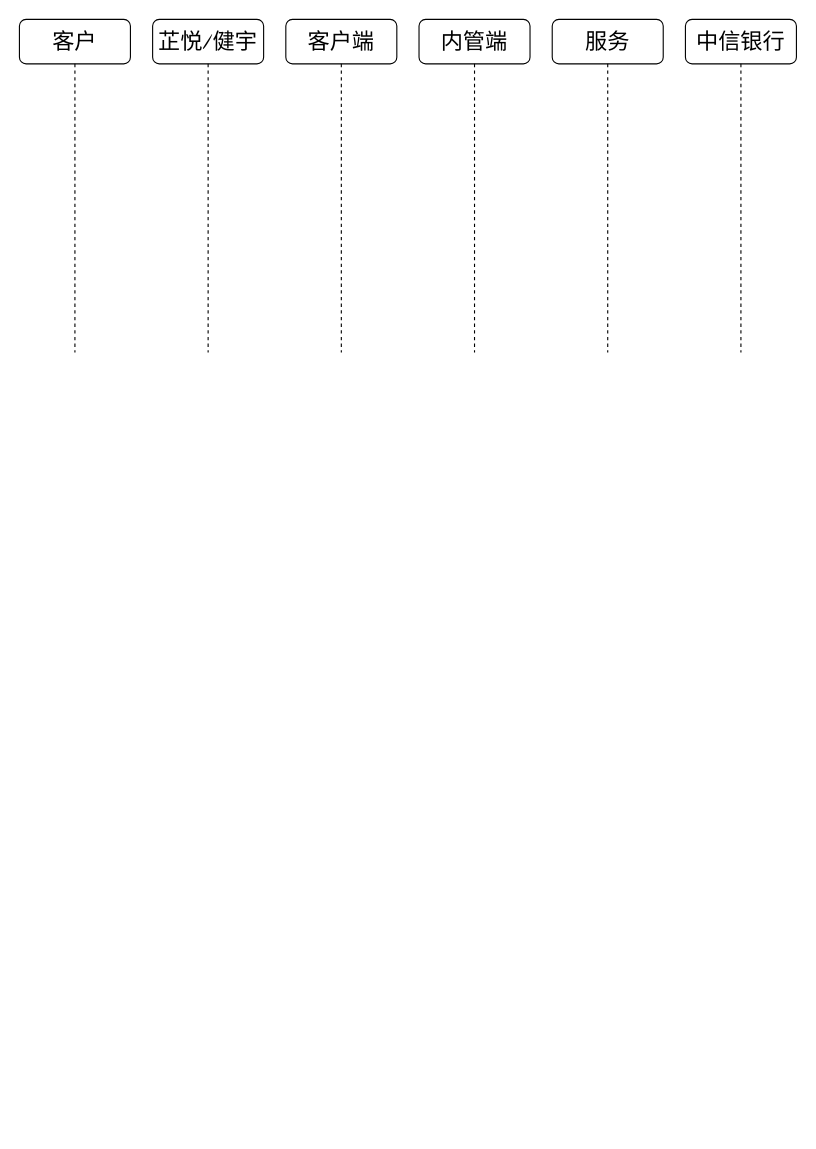
This is LLSI/中信银行.drawio from 0573xieguojia/To-program, a draw.io file, before an edit. Source tidied: cells renumbered, new cells numbered last; positions are measured from the earlier drawing's top-left corner, leaving out a move shared by most shapes. Both pictures are drawn from the tidied source at 111%, with x=0, y=0 at pixel (19, 19).
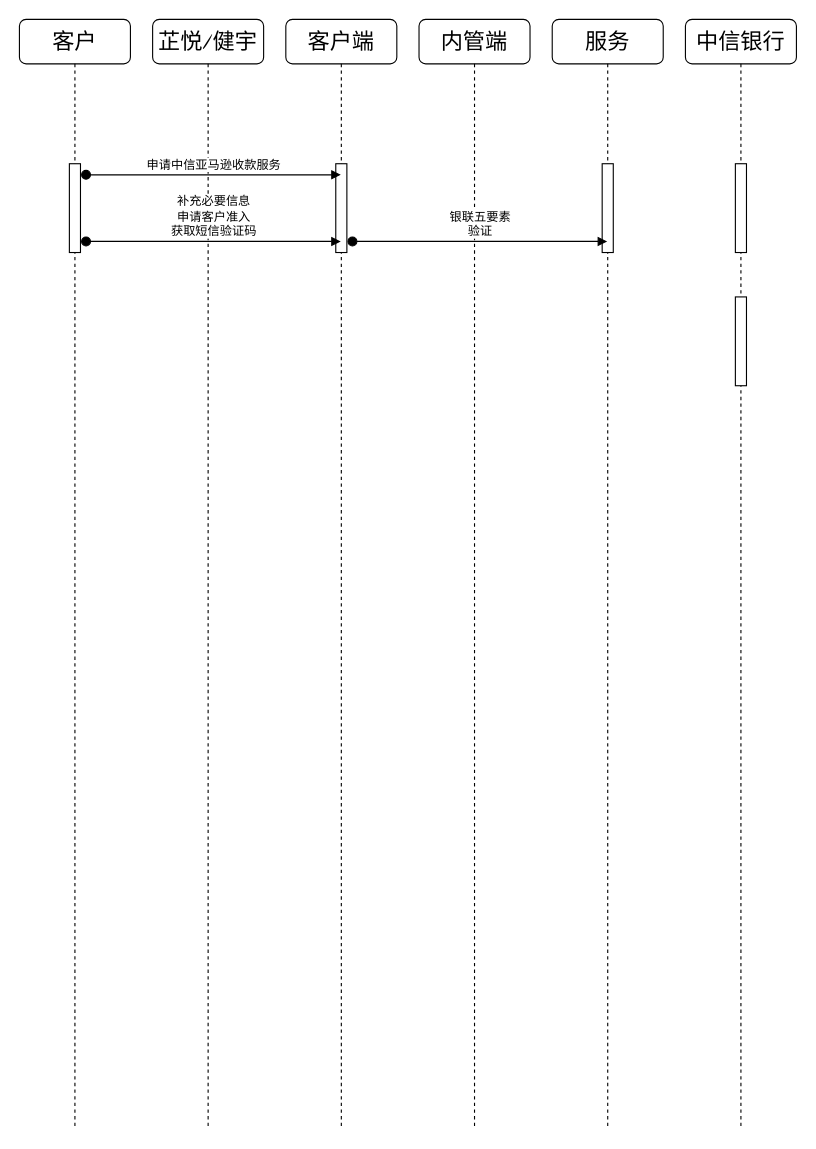
The same diagram, later.

Commit message:
更新中信银行.drawio

What changed in the source:
```diff
@@
 <mxGraphModel>
   <root>
     <mxCell id="0" />
     <mxCell id="1" parent="0" />
     <mxCell id="2" value="客户" style="shape=umlLifeline;perimeter=lifelinePerimeter;whiteSpace=wrap;html=1;newEdgeStyle={&quot;edgeStyle&quot;:&quot;elbowEdgeStyle&quot;,&quot;elbow&quot;:&quot;vertical&quot;,&quot;curved&quot;:0,&quot;rounded&quot;:0};hachureGap=4;fontFamily=Architects Daughter;fontSize=20;rounded=1;" parent="1" vertex="1">
-      <mxGeometry width="100" height="300" as="geometry" />
+      <mxGeometry width="100" height="1000" as="geometry" />
     </mxCell>
+    <mxCell id="8" style="html=1;perimeter=orthogonalPerimeter;targetShapes=umlLifeline;newEdgeStyle={&quot;edgeStyle&quot;:&quot;elbowEdgeStyle&quot;,&quot;elbow&quot;:&quot;vertical&quot;,&quot;curved&quot;:0,&quot;rounded&quot;:0};" parent="2" vertex="1">
+      <mxGeometry x="45" y="130" width="10" height="80" as="geometry" />
+    </mxCell>
     <mxCell id="3" value="芷悦/健宇" style="shape=umlLifeline;perimeter=lifelinePerimeter;whiteSpace=wrap;html=1;newEdgeStyle={&quot;edgeStyle&quot;:&quot;elbowEdgeStyle&quot;,&quot;elbow&quot;:&quot;vertical&quot;,&quot;curved&quot;:0,&quot;rounded&quot;:0};hachureGap=4;fontFamily=Architects Daughter;fontSize=20;rounded=1;" parent="1" vertex="1">
-      <mxGeometry x="120" width="100" height="300" as="geometry" />
+      <mxGeometry x="120" width="100" height="1000" as="geometry" />
     </mxCell>
     <mxCell id="4" value="客户端" style="shape=umlLifeline;perimeter=lifelinePerimeter;whiteSpace=wrap;html=1;outlineConnect=0;portConstraint=eastwest;newEdgeStyle={&quot;edgeStyle&quot;:&quot;elbowEdgeStyle&quot;,&quot;elbow&quot;:&quot;vertical&quot;,&quot;curved&quot;:0,&quot;rounded&quot;:0};hachureGap=4;fontFamily=Architects Daughter;fontSize=20;rounded=1;" parent="1" vertex="1">
-      <mxGeometry x="240" width="100" height="300" as="geometry" />
+      <mxGeometry x="240" width="100" height="1000" as="geometry" />
     </mxCell>
+    <mxCell id="9" style="html=1;perimeter=orthogonalPerimeter;targetShapes=umlLifeline;newEdgeStyle={&quot;edgeStyle&quot;:&quot;elbowEdgeStyle&quot;,&quot;elbow&quot;:&quot;vertical&quot;,&quot;curved&quot;:0,&quot;rounded&quot;:0};" parent="4" vertex="1">
+      <mxGeometry x="45" y="130" width="10" height="80" as="geometry" />
+    </mxCell>
     <mxCell id="5" value="内管端" style="shape=umlLifeline;perimeter=lifelinePerimeter;whiteSpace=wrap;html=1;newEdgeStyle={&quot;edgeStyle&quot;:&quot;elbowEdgeStyle&quot;,&quot;elbow&quot;:&quot;vertical&quot;,&quot;curved&quot;:0,&quot;rounded&quot;:0};hachureGap=4;fontFamily=Architects Daughter;fontSize=20;rounded=1;" parent="1" vertex="1">
-      <mxGeometry x="360" width="100" height="300" as="geometry" />
+      <mxGeometry x="360" width="100" height="1000" as="geometry" />
     </mxCell>
     <mxCell id="6" value="服务" style="shape=umlLifeline;perimeter=lifelinePerimeter;whiteSpace=wrap;html=1;outlineConnect=0;portConstraint=eastwest;newEdgeStyle={&quot;edgeStyle&quot;:&quot;elbowEdgeStyle&quot;,&quot;elbow&quot;:&quot;vertical&quot;,&quot;curved&quot;:0,&quot;rounded&quot;:0};hachureGap=4;fontFamily=Architects Daughter;fontSize=20;rounded=1;" parent="1" vertex="1">
-      <mxGeometry x="480" width="100" height="300" as="geometry" />
+      <mxGeometry x="480" width="100" height="1000" as="geometry" />
     </mxCell>
+    <mxCell id="10" style="html=1;perimeter=orthogonalPerimeter;targetShapes=umlLifeline;newEdgeStyle={&quot;edgeStyle&quot;:&quot;elbowEdgeStyle&quot;,&quot;elbow&quot;:&quot;vertical&quot;,&quot;curved&quot;:0,&quot;rounded&quot;:0};" parent="6" vertex="1">
+      <mxGeometry x="45" y="130" width="10" height="80" as="geometry" />
+    </mxCell>
     <mxCell id="7" value="中信银行" style="shape=umlLifeline;perimeter=lifelinePerimeter;whiteSpace=wrap;html=1;newEdgeStyle={&quot;edgeStyle&quot;:&quot;elbowEdgeStyle&quot;,&quot;elbow&quot;:&quot;vertical&quot;,&quot;curved&quot;:0,&quot;rounded&quot;:0};hachureGap=4;fontFamily=Architects Daughter;fontSize=20;rounded=1;" parent="1" vertex="1">
-      <mxGeometry x="600" width="100" height="300" as="geometry" />
+      <mxGeometry x="600" width="100" height="1000" as="geometry" />
     </mxCell>
+    <mxCell id="11" style="html=1;perimeter=orthogonalPerimeter;targetShapes=umlLifeline;newEdgeStyle={&quot;edgeStyle&quot;:&quot;elbowEdgeStyle&quot;,&quot;elbow&quot;:&quot;vertical&quot;,&quot;curved&quot;:0,&quot;rounded&quot;:0};" parent="7" vertex="1">
+      <mxGeometry x="45" y="130" width="10" height="80" as="geometry" />
+    </mxCell>
+    <mxCell id="12" style="html=1;perimeter=orthogonalPerimeter;targetShapes=umlLifeline;newEdgeStyle={&quot;edgeStyle&quot;:&quot;elbowEdgeStyle&quot;,&quot;elbow&quot;:&quot;vertical&quot;,&quot;curved&quot;:0,&quot;rounded&quot;:0};" parent="7" vertex="1">
+      <mxGeometry x="45" y="250" width="10" height="80" as="geometry" />
+    </mxCell>
+    <mxCell id="13" value="申请中信亚马逊收款服务" style="html=1;verticalAlign=bottom;startArrow=oval;startFill=1;endArrow=block;startSize=8;edgeStyle=elbowEdgeStyle;elbow=vertical;curved=0;rounded=0;" parent="1" edge="1" target="4">
+      <mxGeometry relative="1" as="geometry">
+        <mxPoint x="60" y="140" as="sourcePoint" />
+      </mxGeometry>
+    </mxCell>
+    <mxCell id="14" value="补充必要信息&lt;br&gt;申请客户准入&lt;br&gt;获取短信验证码" style="html=1;verticalAlign=bottom;startArrow=oval;startFill=1;endArrow=block;startSize=8;edgeStyle=elbowEdgeStyle;elbow=vertical;curved=0;rounded=0;" parent="1" edge="1" target="4">
+      <mxGeometry relative="1" as="geometry">
+        <mxPoint x="60" y="200" as="sourcePoint" />
+      </mxGeometry>
+    </mxCell>
+    <mxCell id="15" value="银联五要素&lt;br style=&quot;border-color: var(--border-color);&quot;&gt;验证" style="html=1;verticalAlign=bottom;startArrow=oval;startFill=1;endArrow=block;startSize=8;edgeStyle=elbowEdgeStyle;elbow=vertical;curved=0;rounded=0;" parent="1" edge="1" target="6">
+      <mxGeometry relative="1" as="geometry">
+        <mxPoint x="300" y="200" as="sourcePoint" />
+      </mxGeometry>
+    </mxCell>
   </root>
 </mxGraphModel>
```
